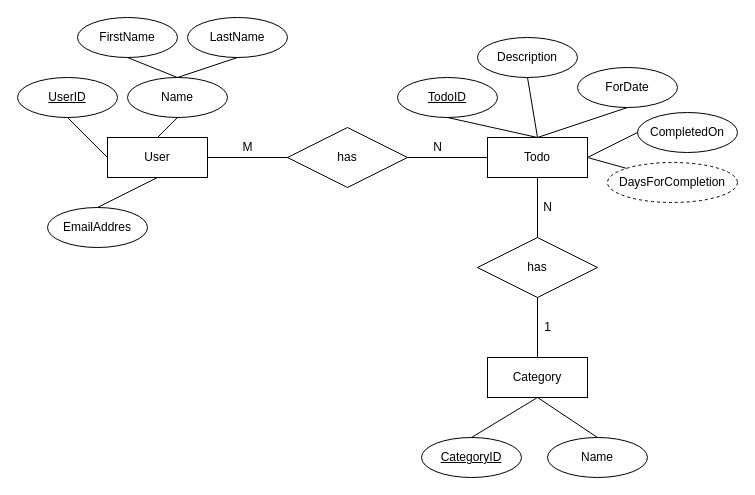
Above: metadata/todoAppER.drawio in tanviagr/todoApplication (draw.io), before the change. Source tidied: cells renumbered, new cells numbered last; positions are measured from the earlier drawing's top-left corner, leaving out a move shared by most shapes. Both pictures are drawn from the tidied source at 100%, with x=0, y=0 at pixel (17, 17).
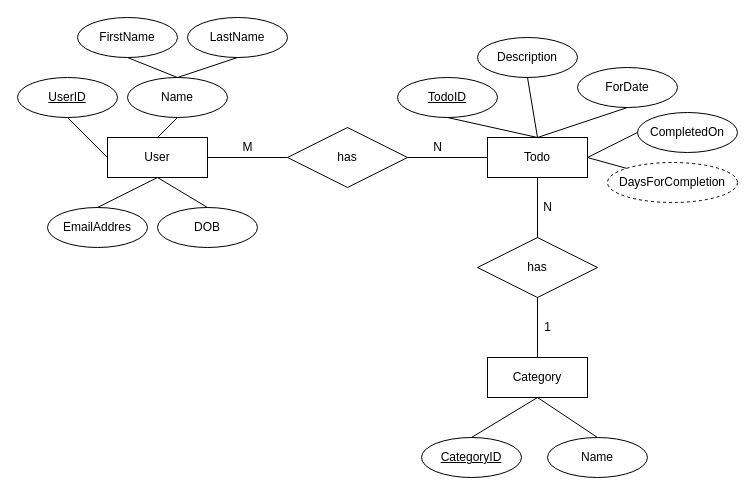
The same diagram, later.

Commit message:
add DOB to user entity

The change refers to these unchanged cells:
```xml
<mxCell id="2" value="User" style="whiteSpace=wrap;html=1;align=center;" parent="1" vertex="1">
  <mxGeometry x="90" y="120" width="100" height="40" as="geometry" />
</mxCell>
```

Diff of the diagram source:
```diff
@@
+    <mxCell id="39" value="DOB" style="ellipse;whiteSpace=wrap;html=1;align=center;" parent="1" vertex="1">
+      <mxGeometry x="140" y="190" width="100" height="40" as="geometry" />
+    </mxCell>
+    <mxCell id="40" style="endArrow=none;html=1;exitX=0.5;exitY=1;exitDx=0;exitDy=0;entryX=0.5;entryY=0;entryDx=0;entryDy=0;" parent="1" edge="1" source="2" target="39">
+      <mxGeometry relative="1" as="geometry" />
+    </mxCell>
```
